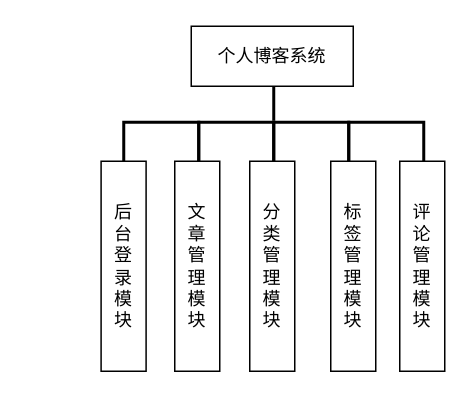
Above: 总体模块设计.drawio in Roookie-langp/diagrams (draw.io), before the change. Source tidied: cells renumbered, new cells numbered last; positions are measured from the earlier drawing's top-left corner, leaving out a move shared by most shapes. Both pictures are drawn from the tidied source at 150%, with x=0, y=0 at pixel (18, 26).
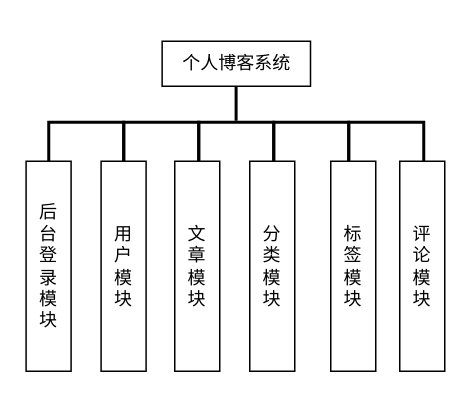
The same diagram, later.

Commit message:
更新总体模块设计.drawio

What changed in the source:
```diff
@@
 <mxGraphModel>
   <root>
     <mxCell id="0" />
     <mxCell id="1" parent="0" />
     <mxCell id="2" style="strokeWidth=2;html=1;shape=mxgraph.flowchart.annotation_1;align=left;rotation=90;" parent="1" vertex="1">
       <mxGeometry x="229" y="55" width="32" height="50" as="geometry" />
     </mxCell>
     <mxCell id="3" value="个人博客系统" style="whiteSpace=wrap;html=1;align=center;" parent="1" vertex="1">
-      <mxGeometry x="115" width="108" height="40" as="geometry" />
+      <mxGeometry x="95.6" y="10" width="98.9" height="30" as="geometry" />
     </mxCell>
     <mxCell id="4" style="strokeWidth=2;html=1;shape=mxgraph.flowchart.annotation_1;align=left;rotation=90;" parent="1" vertex="1">
       <mxGeometry x="129" y="55" width="32" height="50" as="geometry" />
     </mxCell>
     <mxCell id="5" style="strokeWidth=2;html=1;shape=mxgraph.flowchart.annotation_1;align=left;rotation=90;" parent="1" vertex="1">
-      <mxGeometry x="79" y="55" width="32" height="50" as="geometry" />
+      <mxGeometry x="29" y="55" width="32" height="50" as="geometry" />
     </mxCell>
     <mxCell id="6" value="后&lt;br&gt;台&lt;br&gt;登&lt;br&gt;录&lt;br&gt;模&lt;br&gt;块" style="whiteSpace=wrap;html=1;align=center;rotation=90;horizontal=0;" parent="1" vertex="1">
-      <mxGeometry x="-0.1" y="145" width="140" height="30" as="geometry" />
+      <mxGeometry x="-50.1" y="145" width="140" height="30" as="geometry" />
     </mxCell>
-    <mxCell id="7" value="文&lt;br&gt;章&lt;br&gt;管&lt;br&gt;理&lt;br&gt;模&lt;br&gt;块" style="whiteSpace=wrap;html=1;align=center;rotation=90;horizontal=0;" parent="1" vertex="1">
-      <mxGeometry x="49" y="145" width="140" height="30" as="geometry" />
-    </mxCell>
-    <mxCell id="8" value="评&lt;br&gt;论&lt;br&gt;管&lt;br&gt;理&lt;br&gt;模&lt;br&gt;块" style="whiteSpace=wrap;html=1;align=center;rotation=90;horizontal=0;" parent="1" vertex="1">
-      <mxGeometry x="199" y="145" width="140" height="30" as="geometry" />
-    </mxCell>
     <mxCell id="9" style="strokeWidth=2;html=1;shape=mxgraph.flowchart.annotation_1;align=left;rotation=90;" parent="1" vertex="1">
       <mxGeometry x="179" y="55" width="32" height="50" as="geometry" />
     </mxCell>
-    <mxCell id="10" value="分&lt;br&gt;类&lt;br&gt;管&lt;br&gt;理&lt;br&gt;模&lt;br&gt;块" style="whiteSpace=wrap;html=1;align=center;rotation=90;horizontal=0;" parent="1" vertex="1">
+    <mxCell id="10" value="分&lt;br&gt;类&lt;br&gt;模&lt;br&gt;块" style="whiteSpace=wrap;html=1;align=center;rotation=90;horizontal=0;" parent="1" vertex="1">
       <mxGeometry x="99" y="145" width="140" height="30" as="geometry" />
     </mxCell>
-    <mxCell id="11" value="标&lt;br&gt;签&lt;br&gt;管&lt;br&gt;理&lt;br&gt;模&lt;br&gt;块" style="whiteSpace=wrap;html=1;align=center;rotation=90;horizontal=0;" parent="1" vertex="1">
+    <mxCell id="11" value="标&lt;br&gt;签&lt;br&gt;模&lt;br&gt;块" style="whiteSpace=wrap;html=1;align=center;rotation=90;horizontal=0;" parent="1" vertex="1">
       <mxGeometry x="153" y="145" width="140" height="30" as="geometry" />
     </mxCell>
     <mxCell id="12" style="endArrow=none;html=1;rounded=0;fontStyle=1;strokeWidth=2;" parent="1" edge="1">
       <mxGeometry relative="1" as="geometry">
-        <mxPoint x="170" y="63" as="sourcePoint" />
-        <mxPoint x="170" y="40" as="targetPoint" />
+        <mxPoint x="144.9" y="63" as="sourcePoint" />
+        <mxPoint x="144.9" y="40" as="targetPoint" />
       </mxGeometry>
     </mxCell>
+    <mxCell id="13" style="strokeWidth=2;html=1;shape=mxgraph.flowchart.annotation_1;align=left;rotation=90;" parent="1" vertex="1">
+      <mxGeometry x="79" y="55" width="32" height="50" as="geometry" />
+    </mxCell>
+    <mxCell id="14" value="用&lt;br&gt;户&lt;br&gt;模&lt;br&gt;块" style="whiteSpace=wrap;html=1;align=center;rotation=90;horizontal=0;" parent="1" vertex="1">
+      <mxGeometry x="-0.1" y="145" width="140" height="30" as="geometry" />
+    </mxCell>
+    <mxCell id="8" value="评&lt;br&gt;论&lt;br&gt;模&lt;br&gt;块" style="whiteSpace=wrap;html=1;align=center;rotation=90;horizontal=0;" parent="1" vertex="1">
+      <mxGeometry x="199" y="145" width="140" height="30" as="geometry" />
+    </mxCell>
+    <mxCell id="7" value="文&lt;br&gt;章&lt;br&gt;模&lt;br&gt;块" style="whiteSpace=wrap;html=1;align=center;rotation=90;horizontal=0;" parent="1" vertex="1">
+      <mxGeometry x="49" y="145" width="140" height="30" as="geometry" />
+    </mxCell>
   </root>
 </mxGraphModel>
```
